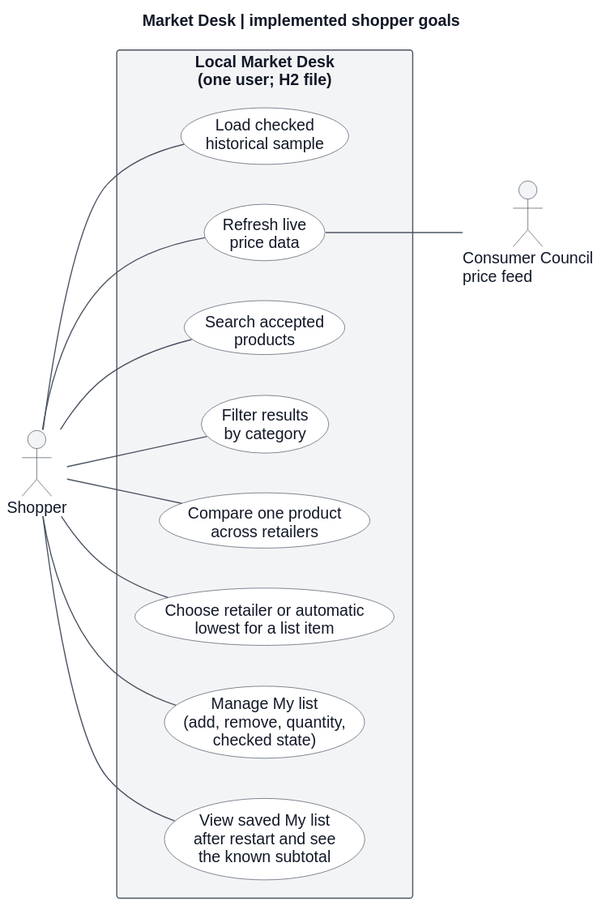
LamHeiKit230208993/CS3383-Project keeps this PlantUML diagram as docs/diagrams/baseline/use-case.svg. Above is the earlier version. Its diagram source:
```plantuml
@startuml
skinparam backgroundColor #ffffff
skinparam defaultFontName Arial
skinparam defaultFontColor #111827
skinparam arrowColor #4b5563
skinparam arrowFontColor #111827
skinparam rectangleBackgroundColor #f3f4f6
skinparam rectangleBorderColor #4b5563
skinparam rectangleFontColor #111827
skinparam usecaseBackgroundColor #ffffff
skinparam usecaseBorderColor #4b5563
skinparam usecaseFontColor #111827
skinparam actorBackgroundColor #f3f4f6
skinparam actorBorderColor #4b5563
skinparam actorFontColor #111827
skinparam shadowing false
left to right direction

title Market Desk | implemented shopper goals

actor Shopper as shopper
actor "Consumer Council\nprice feed" as provider

rectangle "Local Market Desk\n(one user; H2 file)" {
  usecase "Load checked\nhistorical sample" as sample
  usecase "Refresh live\nprice data" as refresh
  usecase "Search accepted\nproducts" as search
  usecase "Filter results\nby category" as filter
  usecase "Compare one product\nacross retailers" as compare
  usecase "Choose retailer or automatic\nlowest for a list item" as choose
  usecase "Manage My list\n(add, remove, quantity,\nchecked state)" as manage
  usecase "View saved My list\nafter restart and see\nthe known subtotal" as view
}

shopper -- sample
shopper -- refresh
shopper -- search
shopper -- filter
shopper -- compare
shopper -- choose
shopper -- manage
shopper -- view
refresh -- provider
@enduml
```
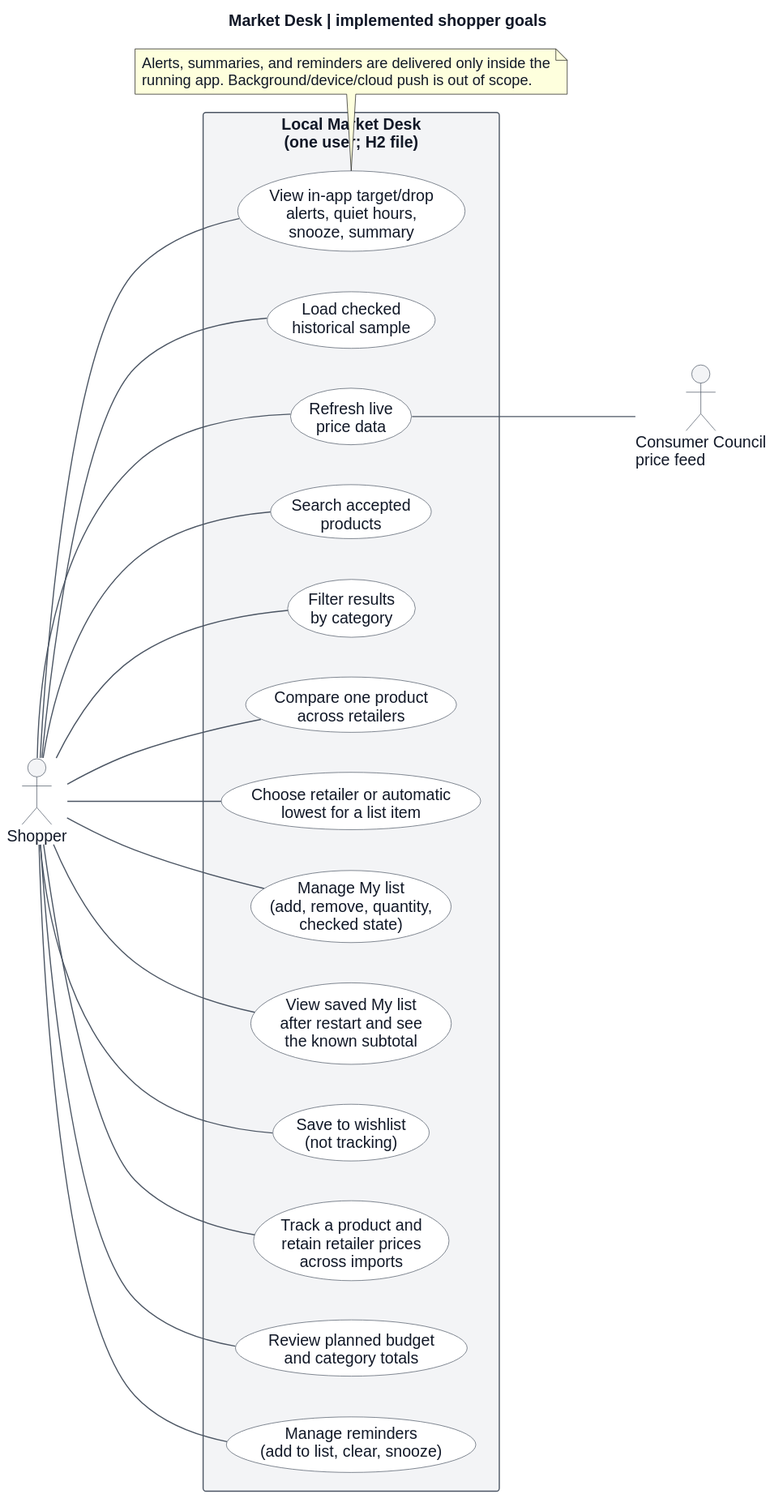
After the commit.

Change to the diagram source:
```diff
@@ -30,6 +30,11 @@
   usecase "Choose retailer or automatic\nlowest for a list item" as choose
   usecase "Manage My list\n(add, remove, quantity,\nchecked state)" as manage
   usecase "View saved My list\nafter restart and see\nthe known subtotal" as view
+  usecase "Save to wishlist\n(not tracking)" as wishlist
+  usecase "Track a product and\nretain retailer prices\nacross imports" as track
+  usecase "Review planned budget\nand category totals" as budget
+  usecase "View in-app target/drop\nalerts, quiet hours,\nsnooze, summary" as alerts
+  usecase "Manage reminders\n(add to list, clear, snooze)" as reminders
 }
 
 shopper -- sample
@@ -40,5 +45,14 @@
 shopper -- choose
 shopper -- manage
 shopper -- view
+shopper -- wishlist
+shopper -- track
+shopper -- budget
+shopper -- alerts
+shopper -- reminders
 refresh -- provider
+note bottom of alerts
+  Alerts, summaries, and reminders are delivered only inside the
+  running app. Background/device/cloud push is out of scope.
+end note
 @enduml
```
